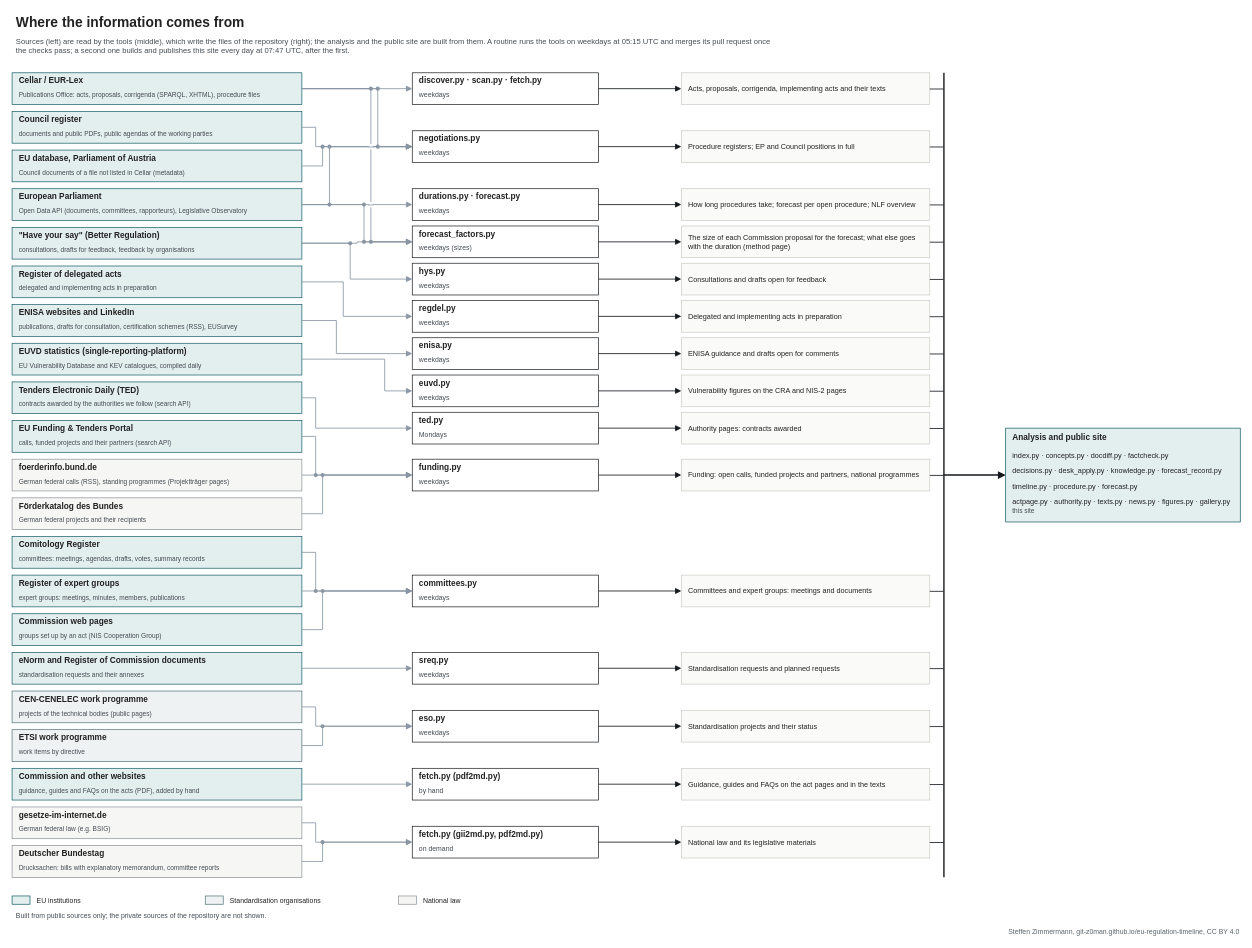
Before: sources.drawio in git-z0man/eu-regulation-timeline, a draw.io diagram. Source tidied: cells renumbered, new cells numbered last; positions are measured from the earlier drawing's top-left corner, leaving out a move shared by most shapes. Both pictures are drawn from the tidied source at 69%, with x=0, y=0 at pixel (12, 12).
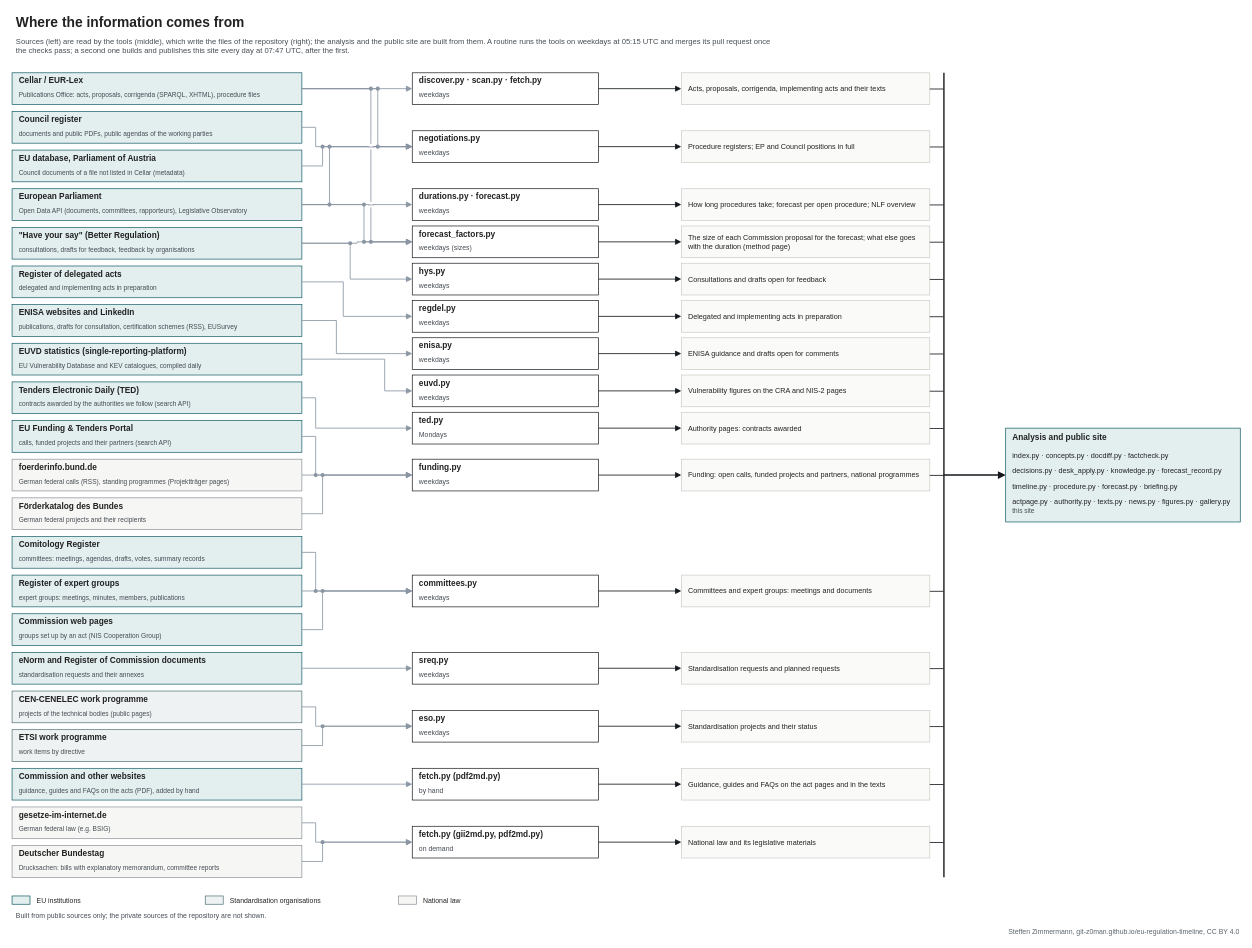
The same page after the edit.

Change to the diagram source:
```diff
@@
-    <mxCell id="224" value="timeline.py · procedure.py · forecast.py" style="text;html=1;fontSize=10.5;fontColor=#222222;align=left;verticalAlign=middle;spacingLeft=4;" parent="1" vertex="1">
+    <mxCell id="224" value="timeline.py · procedure.py · forecast.py · briefing.py" style="text;html=1;fontSize=10.5;fontColor=#222222;align=left;verticalAlign=middle;spacingLeft=4;" parent="1" vertex="1">
       <mxGeometry x="1444" y="677" width="332" height="20" as="geometry" />
     </mxCell>
```
